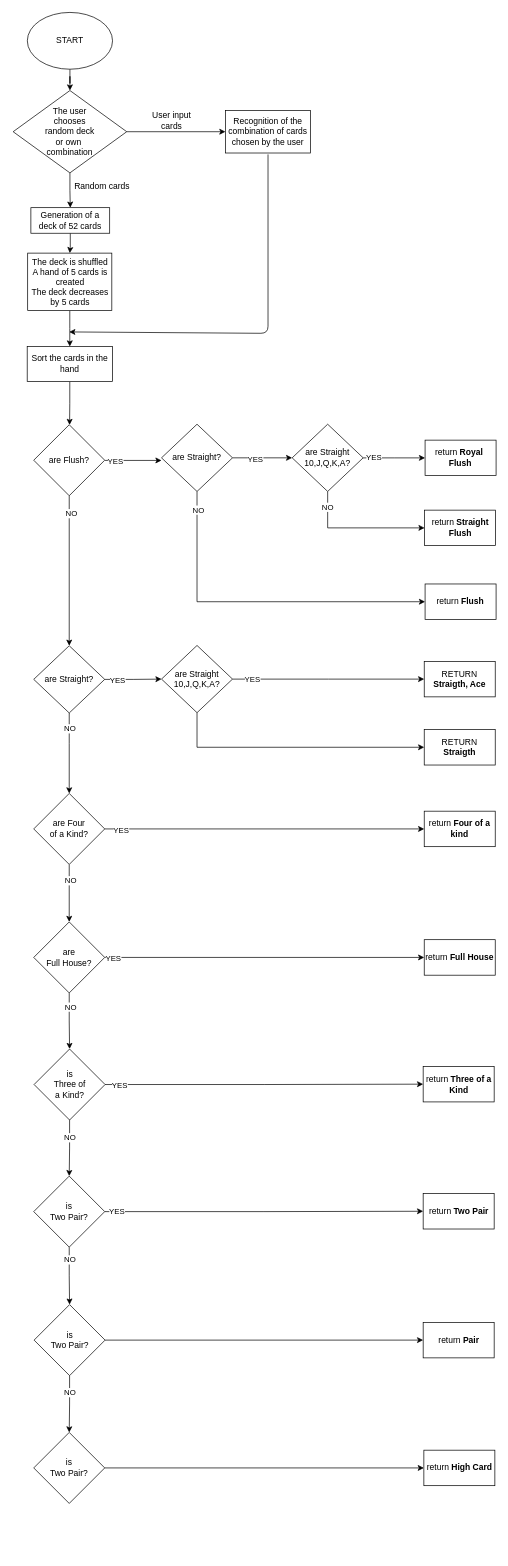
This is assets/flowchart/Poker_game_flowchart.drawio from DomenicoMassimoCavaglieri/Poker-Game, a draw.io file, before an edit. Source tidied: cells renumbered, new cells numbered last; positions are measured from the earlier drawing's top-left corner, leaving out a move shared by most shapes. Both pictures are drawn from the tidied source at 71%, with x=0, y=0 at pixel (12, 12).
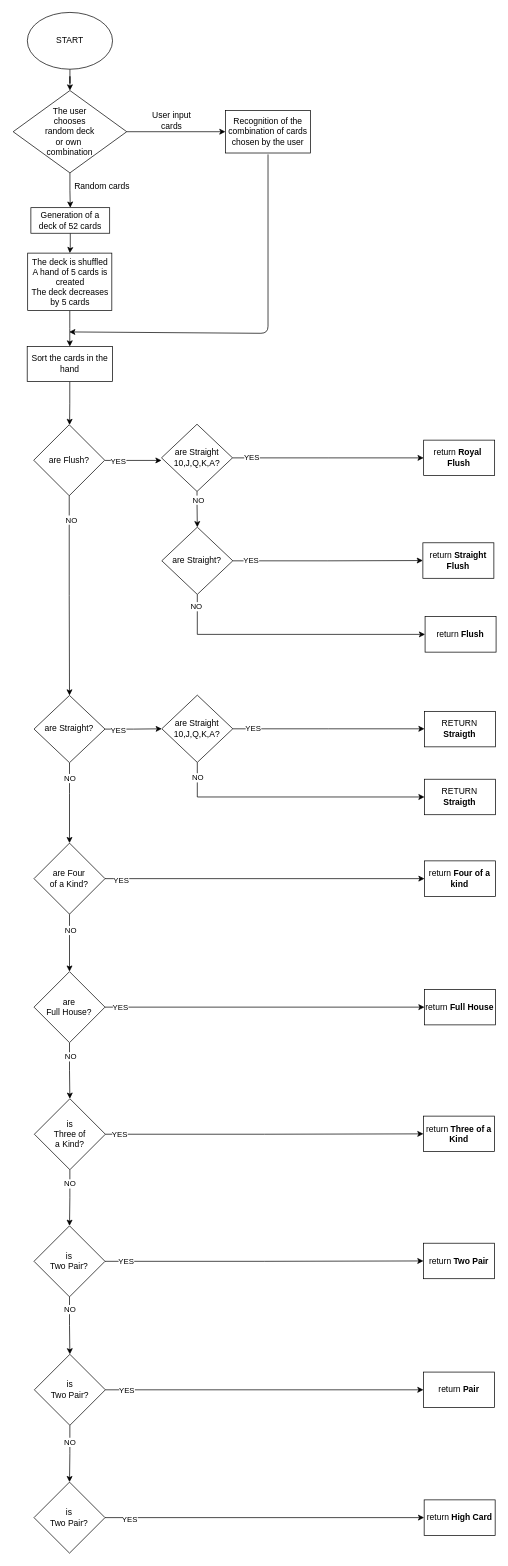
The same diagram, later.

The change refers to these unchanged cells:
```xml
<mxCell id="18" style="edgeStyle=orthogonalEdgeStyle;rounded=0;jettySize=auto;html=1;entryX=0.5;entryY=0;entryDx=0;entryDy=0;" parent="17" edge="1" source="20" target="23">
  <mxGeometry relative="1" as="geometry" />
</mxCell>
<mxCell id="26" value="are Four &lt;br&gt;of a Kind?" style="rhombus;whiteSpace=wrap;html=1;" parent="17" vertex="1">
  <mxGeometry width="100" height="100" as="geometry" />
</mxCell>
<mxCell id="34" style="edgeStyle=orthogonalEdgeStyle;rounded=0;jettySize=auto;html=1;entryX=0;entryY=0.5;entryDx=0;entryDy=0;" parent="17" edge="1" source="29" target="31">
  <mxGeometry relative="1" as="geometry" />
</mxCell>
<mxCell id="42" style="edgeStyle=orthogonalEdgeStyle;rounded=0;jettySize=auto;html=1;" parent="1" edge="1" source="23" target="38">
  <mxGeometry relative="1" as="geometry" />
</mxCell>
<mxCell id="44" style="edgeStyle=orthogonalEdgeStyle;rounded=0;orthogonalLoop=1;jettySize=auto;html=1;" parent="1" edge="1">
  <mxGeometry relative="1" as="geometry">
    <mxPoint x="130.5" y="631" as="sourcePoint" />
    <mxPoint x="210" y="631" as="targetPoint" />
    <Array as="points">
      <mxPoint x="160" y="631" />
      <mxPoint x="160" y="631" />
    </Array>
  </mxGeometry>
</mxCell>
<mxCell id="53" style="edgeStyle=orthogonalEdgeStyle;rounded=0;jettySize=auto;html=1;entryX=0;entryY=0.5;entryDx=0;entryDy=0;" parent="1" edge="1" source="55" target="62">
  <mxGeometry relative="1" as="geometry" />
</mxCell>
<mxCell id="57" value="are Flush?" style="rhombus;whiteSpace=wrap;html=1;" parent="56" vertex="1">
  <mxGeometry x="30" y="5" width="100" height="100" as="geometry" />
</mxCell>
<mxCell id="77" style="edgeStyle=orthogonalEdgeStyle;rounded=0;jettySize=auto;html=1;entryX=0;entryY=0.5;entryDx=0;entryDy=0;" parent="1" edge="1" source="78" target="76">
  <mxGeometry relative="1" as="geometry" />
</mxCell>
<mxCell id="81" style="edgeStyle=orthogonalEdgeStyle;rounded=0;jettySize=auto;html=1;exitX=1;exitY=0.5;exitDx=0;exitDy=0;entryX=0;entryY=0.5;entryDx=0;entryDy=0;" parent="1" edge="1" source="36" target="39">
  <mxGeometry relative="1" as="geometry" />
</mxCell>
```

The edit, as a diff of the source:
```diff
@@
     <mxCell id="17" style="group;" parent="1" vertex="1">
-      <mxGeometry x="30" y="1100" width="650" height="782.5" as="geometry" />
+      <mxGeometry x="30.4" y="1170" width="650" height="782.5" as="geometry" />
     </mxCell>
@@
     <mxCell id="19" value="NO" style="edgeLabel;html=1;align=center;verticalAlign=middle;" parent="18" vertex="1">
-      <mxGeometry x="-0.4" relative="1" as="geometry" />
+      <mxGeometry x="-0.4" relative="1" as="geometry">
+        <mxPoint y="-5" as="offset" />
+      </mxGeometry>
     </mxCell>
@@
     <mxCell id="35" value="YES" style="edgeLabel;html=1;align=center;verticalAlign=middle;" parent="34" vertex="1">
-      <mxGeometry x="-0.95" relative="1" as="geometry" />
+      <mxGeometry x="-0.95" relative="1" as="geometry">
+        <mxPoint x="10" as="offset" />
+      </mxGeometry>
     </mxCell>
@@
     <mxCell id="37" value="return &lt;b&gt;Three of a Kind&lt;/b&gt;" style="whiteSpace=wrap;html=1;" parent="1" vertex="1">
-      <mxGeometry x="578.5" y="1484.5" width="100" height="50" as="geometry" />
+      <mxGeometry x="578.9" y="1554.5" width="100" height="50" as="geometry" />
     </mxCell>
     <mxCell id="38" value="return &lt;b&gt;Two Pair&lt;/b&gt;" style="whiteSpace=wrap;html=1;" parent="1" vertex="1">
-      <mxGeometry x="578.5" y="1663.5" width="100" height="50" as="geometry" />
+      <mxGeometry x="578.9" y="1733.5" width="100" height="50" as="geometry" />
     </mxCell>
     <mxCell id="39" value="return &lt;b&gt;Pair&lt;/b&gt;" style="whiteSpace=wrap;html=1;" parent="1" vertex="1">
-      <mxGeometry x="578.5" y="1845" width="100" height="50" as="geometry" />
+      <mxGeometry x="578.9" y="1915" width="100" height="50" as="geometry" />
     </mxCell>
@@
     <mxCell id="43" value="YES" style="edgeLabel;html=1;align=center;verticalAlign=middle;" parent="42" vertex="1">
-      <mxGeometry x="-0.93" y="1" relative="1" as="geometry" />
+      <mxGeometry x="-0.93" y="1" relative="1" as="geometry">
+        <mxPoint x="13" as="offset" />
+      </mxGeometry>
     </mxCell>
@@
     <mxCell id="45" value="YES" style="edgeLabel;html=1;align=center;verticalAlign=middle;" parent="44" vertex="1">
-      <mxGeometry x="-0.65" y="-1" relative="1" as="geometry" />
+      <mxGeometry x="-0.65" y="-1" relative="1" as="geometry">
+        <mxPoint x="4" as="offset" />
+      </mxGeometry>
     </mxCell>
-    <mxCell id="46" style="edgeStyle=orthogonalEdgeStyle;rounded=0;jettySize=auto;html=1;" parent="1" edge="1" source="50" target="55">
-      <mxGeometry relative="1" as="geometry" />
-    </mxCell>
-    <mxCell id="47" value="YES" style="edgeLabel;html=1;align=center;verticalAlign=middle;" parent="46" vertex="1">
-      <mxGeometry x="-0.27" y="-2" relative="1" as="geometry" />
-    </mxCell>
+    <mxCell id="82" style="edgeStyle=orthogonalEdgeStyle;rounded=0;jettySize=auto;html=1;entryX=0;entryY=0.5;entryDx=0;entryDy=0;" parent="1" edge="1" source="50" target="60">
+      <mxGeometry relative="1" as="geometry" />
+    </mxCell>
+    <mxCell id="83" value="YES" style="edgeLabel;html=1;align=center;verticalAlign=middle;" parent="82" vertex="1">
+      <mxGeometry x="-0.83" y="1" relative="1" as="geometry">
+        <mxPoint x="2" as="offset" />
+      </mxGeometry>
+    </mxCell>
     <mxCell id="48" style="edgeStyle=orthogonalEdgeStyle;rounded=0;jettySize=auto;html=1;entryX=0;entryY=0.5;entryDx=0;entryDy=0;" parent="1" edge="1" source="50" target="61">
       <mxGeometry relative="1" as="geometry">
         <Array as="points">
-          <mxPoint x="260" y="830" />
+          <mxPoint x="260" y="876" />
         </Array>
       </mxGeometry>
     </mxCell>
-    <mxCell id="49" value="NO" style="edgeLabel;html=1;align=center;verticalAlign=middle;" parent="48" vertex="1">
-      <mxGeometry x="-0.89" y="1" relative="1" as="geometry" />
-    </mxCell>
+    <mxCell id="84" value="NO" style="edgeLabel;html=1;align=center;verticalAlign=middle;" parent="48" vertex="1">
+      <mxGeometry x="-0.91" y="-2" relative="1" as="geometry" />
+    </mxCell>
     <mxCell id="50" value="are Straight?" style="rhombus;whiteSpace=wrap;html=1;" parent="1" vertex="1">
-      <mxGeometry x="210" y="580" width="100" height="94.7" as="geometry" />
+      <mxGeometry x="210.4" y="725" width="100" height="94.7" as="geometry" />
     </mxCell>
-    <mxCell id="51" style="edgeStyle=orthogonalEdgeStyle;rounded=0;jettySize=auto;html=1;exitX=0.5;exitY=1;exitDx=0;exitDy=0;entryX=0;entryY=0.5;entryDx=0;entryDy=0;" parent="1" edge="1" source="55" target="60">
-      <mxGeometry relative="1" as="geometry" />
-    </mxCell>
-    <mxCell id="52" value="NO" style="edgeLabel;html=1;align=center;verticalAlign=middle;" parent="51" vertex="1">
-      <mxGeometry x="-0.59" y="-1" relative="1" as="geometry">
-        <mxPoint y="-16" as="offset" />
-      </mxGeometry>
-    </mxCell>
@@
     <mxCell id="54" value="YES" style="edgeLabel;html=1;align=center;verticalAlign=middle;" parent="53" vertex="1">
-      <mxGeometry x="-0.65" y="1" relative="1" as="geometry" />
+      <mxGeometry x="-0.65" y="1" relative="1" as="geometry">
+        <mxPoint x="-20" as="offset" />
+      </mxGeometry>
     </mxCell>
+    <mxCell id="85" style="edgeStyle=orthogonalEdgeStyle;rounded=0;jettySize=auto;html=1;entryX=0.5;entryY=0;entryDx=0;entryDy=0;" parent="1" edge="1" source="55" target="50">
+      <mxGeometry relative="1" as="geometry">
+        <Array as="points">
+          <mxPoint x="260" y="690" />
+          <mxPoint x="260" y="690" />
+        </Array>
+      </mxGeometry>
+    </mxCell>
+    <mxCell id="86" value="NO" style="edgeLabel;html=1;align=center;verticalAlign=middle;" parent="85" vertex="1">
+      <mxGeometry x="-0.76" y="1" relative="1" as="geometry">
+        <mxPoint y="6" as="offset" />
+      </mxGeometry>
+    </mxCell>
     <mxCell id="55" value="are Straight&lt;br&gt;10,J,Q,K,A?" style="rhombus;whiteSpace=wrap;html=1;" parent="1" vertex="1">
-      <mxGeometry x="394" y="580" width="100" height="94.7" as="geometry" />
+      <mxGeometry x="210" y="580" width="100" height="94.7" as="geometry" />
     </mxCell>
@@
-    <mxCell id="58" style="group;" parent="1" vertex="1">
-      <mxGeometry x="550" y="610" width="131.2" height="450" as="geometry" />
-    </mxCell>
-    <mxCell id="59" style="group;" parent="58" vertex="1">
-      <mxGeometry x="5" y="-53" width="126.2" height="311" as="geometry" />
-    </mxCell>
-    <mxCell id="60" value="return&amp;nbsp;&lt;b&gt;Straight Flush&lt;/b&gt;" style="whiteSpace=wrap;html=1;" parent="59" vertex="1">
-      <mxGeometry x="25.5" y="144" width="100" height="50" as="geometry" />
-    </mxCell>
-    <mxCell id="61" value="return &lt;b&gt;Flush&lt;/b&gt;" style="whiteSpace=wrap;html=1;" parent="59" vertex="1">
-      <mxGeometry x="26.2" y="248" width="100" height="50" as="geometry" />
-    </mxCell>
-    <mxCell id="62" value="return&amp;nbsp;&lt;b style=&quot;font-family: &amp;#34;arial&amp;#34; , &amp;#34;helvetica&amp;#34; , sans-serif ; text-align: left&quot;&gt;Royal&amp;nbsp; Flush&lt;/b&gt;" style="whiteSpace=wrap;html=1;" parent="59" vertex="1">
-      <mxGeometry x="26.2" y="45.4" width="100" height="50" as="geometry" />
-    </mxCell>
-    <mxCell id="63" value="RETURN &lt;b&gt;Straigth&lt;/b&gt;" style="whiteSpace=wrap;html=1;" parent="58" vertex="1">
-      <mxGeometry x="30" y="400" width="100" height="50" as="geometry" />
-    </mxCell>
-    <mxCell id="64" value="RETURN &lt;b&gt;Straigth, Ace&lt;/b&gt;" style="whiteSpace=wrap;html=1;" parent="58" vertex="1">
-      <mxGeometry x="30" y="304" width="100" height="50" as="geometry" />
-    </mxCell>
@@
     <mxCell id="67" style="edgeStyle=orthogonalEdgeStyle;rounded=0;jettySize=auto;html=1;entryX=0.5;entryY=0;entryDx=0;entryDy=0;" parent="1" edge="1" source="69" target="26">
       <mxGeometry relative="1" as="geometry">
         <Array as="points">
-          <mxPoint x="80" y="1030" />
-          <mxPoint x="80" y="1030" />
+          <mxPoint x="80.4" y="1100" />
+          <mxPoint x="80.4" y="1100" />
         </Array>
       </mxGeometry>
     </mxCell>
@@
     <mxCell id="69" value="are Straight?" style="rhombus;whiteSpace=wrap;html=1;" parent="1" vertex="1">
-      <mxGeometry x="30" y="892" width="100" height="94.7" as="geometry" />
+      <mxGeometry x="30.4" y="962" width="100" height="94.7" as="geometry" />
     </mxCell>
-    <mxCell id="70" style="edgeStyle=orthogonalEdgeStyle;rounded=0;jettySize=auto;html=1;" parent="1" edge="1" source="57" target="69">
+    <mxCell id="70" style="edgeStyle=orthogonalEdgeStyle;rounded=0;jettySize=auto;html=1;exitX=0.5;exitY=1;exitDx=0;exitDy=0;" parent="1" edge="1" source="57" target="69">
       <mxGeometry relative="1" as="geometry" />
     </mxCell>
@@
-    <mxCell id="72" style="edgeStyle=orthogonalEdgeStyle;rounded=0;jettySize=auto;html=1;entryX=0;entryY=0.5;entryDx=0;entryDy=0;" parent="1" edge="1" source="75" target="64">
-      <mxGeometry relative="1" as="geometry" />
+    <mxCell id="72" style="edgeStyle=orthogonalEdgeStyle;rounded=0;jettySize=auto;html=1;entryX=0;entryY=0.5;entryDx=0;entryDy=0;" parent="1" edge="1" source="75">
+      <mxGeometry relative="1" as="geometry">
+        <mxPoint x="580.4" y="1009" as="targetPoint" />
+      </mxGeometry>
     </mxCell>
@@
     <mxCell id="74" style="edgeStyle=orthogonalEdgeStyle;rounded=0;jettySize=auto;html=1;entryX=0;entryY=0.5;entryDx=0;entryDy=0;" parent="1" edge="1" source="75" target="63">
       <mxGeometry relative="1" as="geometry">
         <Array as="points">
-          <mxPoint x="260" y="1035" />
+          <mxPoint x="260.4" y="1105" />
         </Array>
       </mxGeometry>
     </mxCell>
+    <mxCell id="87" value="NO" style="edgeLabel;html=1;align=center;verticalAlign=middle;" parent="74" vertex="1">
+      <mxGeometry x="-0.77" relative="1" as="geometry">
+        <mxPoint y="-21" as="offset" />
+      </mxGeometry>
+    </mxCell>
     <mxCell id="75" value="are Straight&lt;br&gt;10,J,Q,K,A?" style="rhombus;whiteSpace=wrap;html=1;" parent="1" vertex="1">
-      <mxGeometry x="210" y="891.6" width="100" height="94.7" as="geometry" />
+      <mxGeometry x="210.4" y="961.6" width="100" height="94.7" as="geometry" />
     </mxCell>
     <mxCell id="76" value="return &lt;b&gt;High Card&lt;/b&gt;" style="whiteSpace=wrap;html=1;" parent="1" vertex="1">
-      <mxGeometry x="579.5" y="2025" width="100" height="50" as="geometry" />
+      <mxGeometry x="579.9" y="2095" width="100" height="50" as="geometry" />
     </mxCell>
@@
+    <mxCell id="88" value="YES" style="edgeLabel;html=1;align=center;verticalAlign=middle;" parent="77" vertex="1">
+      <mxGeometry x="-0.85" y="-1" relative="1" as="geometry" />
+    </mxCell>
     <mxCell id="78" value="is &lt;br&gt;Two Pair?" style="rhombus;whiteSpace=wrap;html=1;" parent="1" vertex="1">
-      <mxGeometry x="30" y="2000" width="100" height="100" as="geometry" />
+      <mxGeometry x="30.4" y="2070" width="100" height="100" as="geometry" />
     </mxCell>
@@
+    <mxCell id="89" value="YES" style="edgeLabel;html=1;align=center;verticalAlign=middle;" parent="81" vertex="1">
+      <mxGeometry x="-0.86" relative="1" as="geometry">
+        <mxPoint x="-1" as="offset" />
+      </mxGeometry>
+    </mxCell>
+    <mxCell id="63" value="RETURN &lt;b&gt;Straigth&lt;/b&gt;" style="whiteSpace=wrap;html=1;" parent="1" vertex="1">
+      <mxGeometry x="580.4" y="1080" width="100" height="50" as="geometry" />
+    </mxCell>
+    <mxCell id="60" value="return&amp;nbsp;&lt;b&gt;Straight Flush&lt;/b&gt;" style="whiteSpace=wrap;html=1;" parent="1" vertex="1">
+      <mxGeometry x="578.1" y="747" width="100" height="50" as="geometry" />
+    </mxCell>
+    <mxCell id="61" value="return &lt;b&gt;Flush&lt;/b&gt;" style="whiteSpace=wrap;html=1;" parent="1" vertex="1">
+      <mxGeometry x="581.2" y="851" width="100" height="50" as="geometry" />
+    </mxCell>
+    <mxCell id="62" value="return&amp;nbsp;&lt;b style=&quot;font-family: &amp;#34;arial&amp;#34; , &amp;#34;helvetica&amp;#34; , sans-serif ; text-align: left&quot;&gt;Royal&amp;nbsp; Flush&lt;/b&gt;" style="whiteSpace=wrap;html=1;" parent="1" vertex="1">
+      <mxGeometry x="579.2" y="602.4" width="100" height="50" as="geometry" />
+    </mxCell>
+    <mxCell id="90" value="RETURN &lt;b&gt;Straigth&lt;/b&gt;" style="whiteSpace=wrap;html=1;" parent="1" vertex="1">
+      <mxGeometry x="580.4" y="984.4" width="100" height="50" as="geometry" />
+    </mxCell>
```
